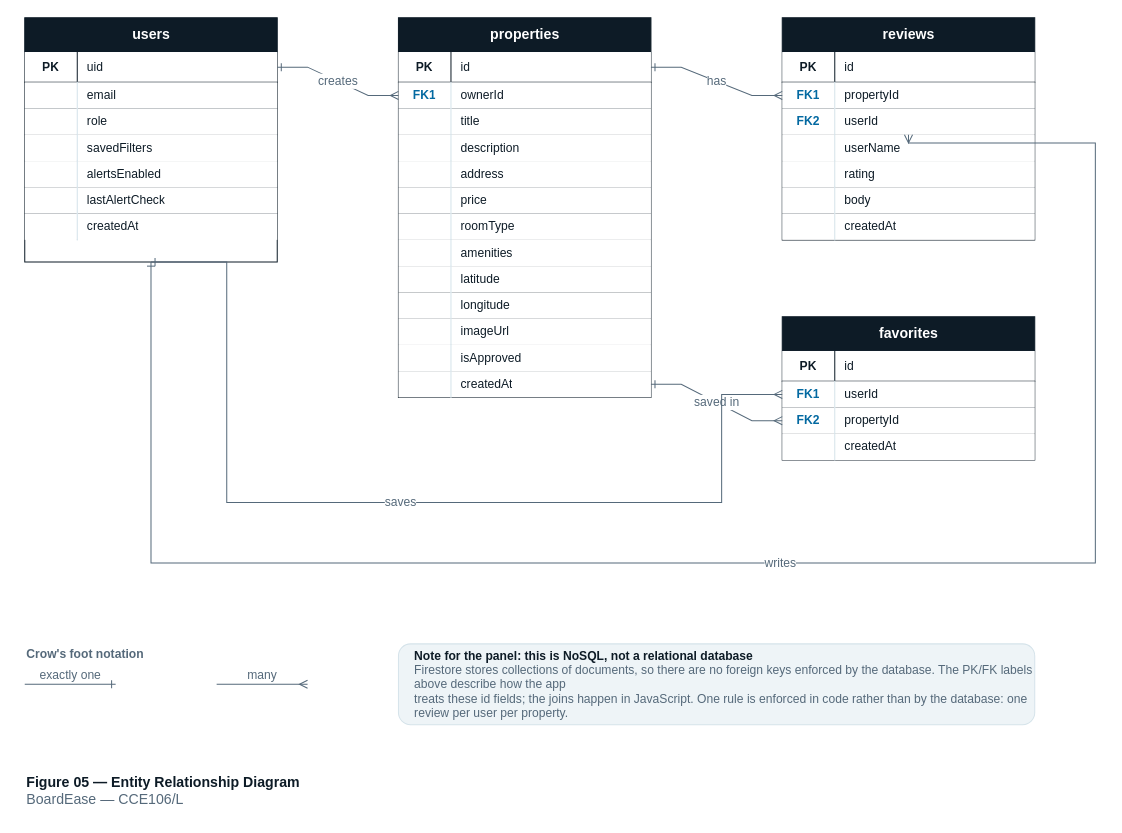
Before: docs/diagrams/05-entity-relationship-diagram.drawio in jetroo1/BoardEase-Mobile, a draw.io diagram. Source tidied: cells renumbered, new cells numbered last; positions are measured from the earlier drawing's top-left corner, leaving out a move shared by most shapes. Both pictures are drawn from the tidied source at 101%, with x=0, y=0 at pixel (24, 17).
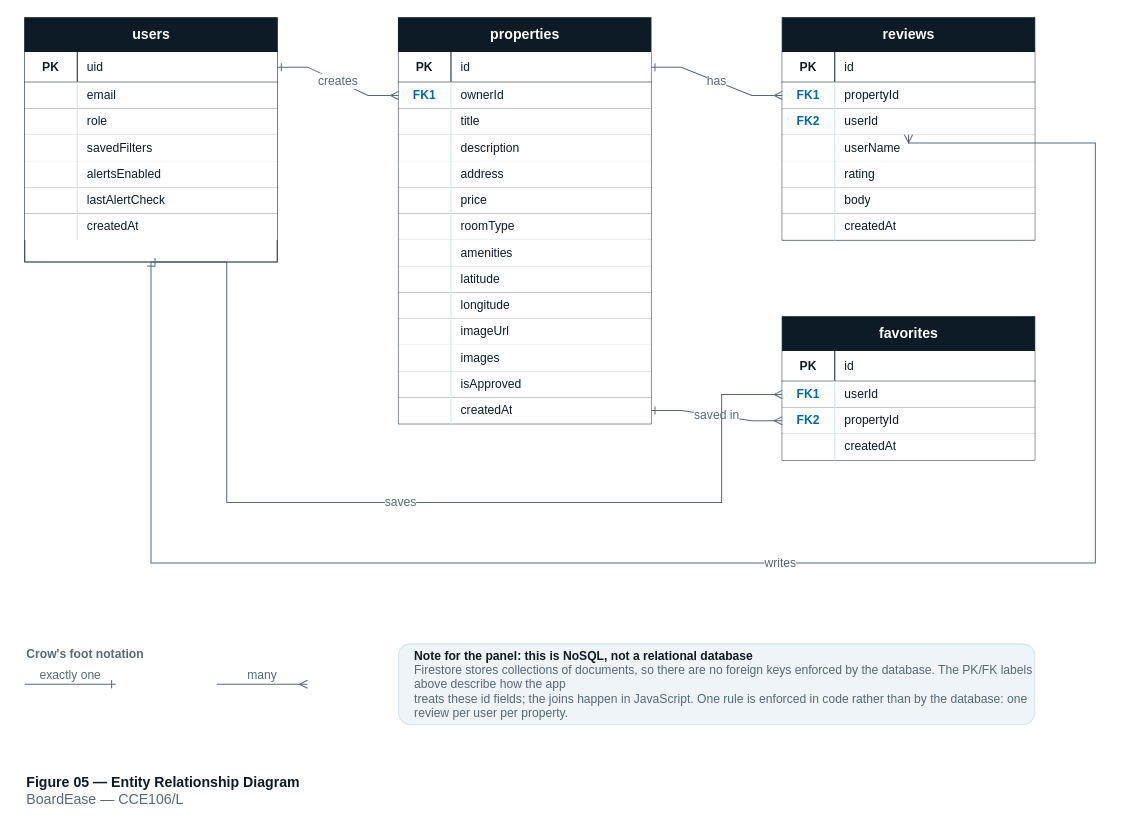
After the change.

Change to the diagram source:
```diff
@@
     <mxCell id="24" value="properties" style="shape=table;startSize=34;childLayout=tableLayout;rowLines=1;columnLines=1;fontStyle=1;fontSize=14;align=center;html=1;fillColor=#0D1B26;fontColor=#FFFFFF;strokeColor=#0D1B26;" parent="1" vertex="1">
-      <mxGeometry x="370" width="250" height="376" as="geometry" />
+      <mxGeometry x="370" width="250" height="402" as="geometry" />
     </mxCell>
@@
+    <mxCell id="109" style="shape=tableRow;horizontal=0;startSize=0;swimlaneHead=0;swimlaneBody=0;fillColor=#FFFFFF;strokeColor=#D5E3EA;top=0;left=0;right=0;bottom=0;" parent="24" vertex="1">
+      <mxGeometry y="324" width="250" height="26" as="geometry" />
+    </mxCell>
+    <mxCell id="110" style="shape=partialRectangle;fillColor=none;top=0;left=0;bottom=0;right=1;fontSize=12;strokeColor=#D5E3EA;overflow=hidden;whiteSpace=wrap;html=1;" parent="109" vertex="1">
+      <mxGeometry width="52" height="26" as="geometry" />
+    </mxCell>
+    <mxCell id="111" value="images" style="shape=partialRectangle;fillColor=none;top=0;left=0;bottom=0;right=0;align=left;spacingLeft=8;fontSize=12;fontColor=#0D1B26;overflow=hidden;whiteSpace=wrap;html=1;" parent="109" vertex="1">
+      <mxGeometry x="52" width="198" height="26" as="geometry" />
+    </mxCell>
     <mxCell id="58" style="shape=tableRow;horizontal=0;startSize=0;swimlaneHead=0;swimlaneBody=0;fillColor=#FFFFFF;strokeColor=#D5E3EA;top=0;left=0;right=0;bottom=0;" parent="24" vertex="1">
-      <mxGeometry y="324" width="250" height="26" as="geometry" />
+      <mxGeometry y="350" width="250" height="26" as="geometry" />
     </mxCell>
@@
     <mxCell id="61" style="shape=tableRow;horizontal=0;startSize=0;swimlaneHead=0;swimlaneBody=0;fillColor=#FFFFFF;strokeColor=#D5E3EA;points=[[0,0.5],[1,0.5]];portConstraint=eastwest;top=0;left=0;right=0;bottom=0;" parent="24" vertex="1">
-      <mxGeometry y="350" width="250" height="26" as="geometry" />
+      <mxGeometry y="376" width="250" height="26" as="geometry" />
     </mxCell>
```
